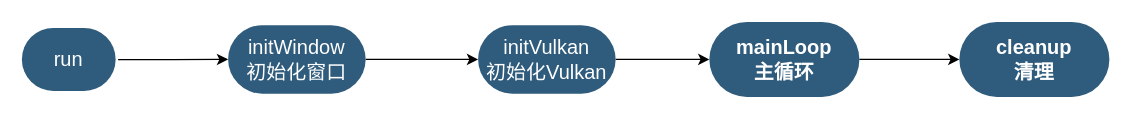
Earlier version of the draw.io diagram LearningVulkan/LearningVulkan/vulkan.drawio (unphics/vulkan_tutorial_note). Source tidied: cells renumbered, new cells numbered last; positions are measured from the earlier drawing's top-left corner, leaving out a move shared by most shapes. Both pictures are drawn from the tidied source at 125%, with x=0, y=0 at pixel (21, 21).
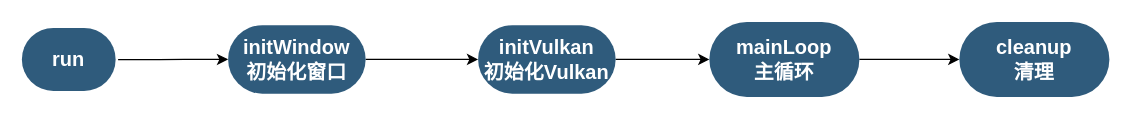
The same diagram, later.

Diff of the diagram source:
```diff
@@
 <mxGraphModel>
   <root>
     <mxCell id="0" />
     <mxCell id="1" parent="0" />
-    <mxCell id="2" style="edgeStyle=orthogonalEdgeStyle;rounded=0;jettySize=auto;html=1;" parent="1" edge="1" source="3" target="5">
+    <mxCell id="2" style="edgeStyle=orthogonalEdgeStyle;rounded=1;jettySize=auto;html=1;" parent="1" edge="1" source="3" target="5">
       <mxGeometry relative="1" as="geometry" />
     </mxCell>
-    <mxCell id="3" value="&lt;span style=&quot;font-weight: normal;&quot;&gt;run&lt;/span&gt;" style="rounded=1;whiteSpace=wrap;html=1;shadow=0;labelBackgroundColor=none;strokeColor=none;strokeWidth=3;fillColor=#2F5B7C;fontFamily=Helvetica;fontSize=16;fontColor=#FFFFFF;align=center;fontStyle=1;spacing=5;arcSize=50;perimeterSpacing=2;" parent="1" vertex="1">
+    <mxCell id="3" value="&lt;span style=&quot;&quot;&gt;run&lt;/span&gt;" style="rounded=1;whiteSpace=wrap;html=1;shadow=0;labelBackgroundColor=none;strokeColor=none;strokeWidth=3;fillColor=#2F5B7C;fontFamily=Helvetica;fontSize=16;fontColor=#FFFFFF;align=center;fontStyle=1;spacing=5;arcSize=50;perimeterSpacing=2;" parent="1" vertex="1">
       <mxGeometry y="4.8" width="75" height="50.5" as="geometry" />
     </mxCell>
-    <mxCell id="4" style="edgeStyle=orthogonalEdgeStyle;rounded=0;jettySize=auto;html=1;" parent="1" edge="1" source="5" target="7">
+    <mxCell id="4" style="edgeStyle=orthogonalEdgeStyle;rounded=1;jettySize=auto;html=1;" parent="1" edge="1" source="5" target="7">
       <mxGeometry relative="1" as="geometry" />
     </mxCell>
-    <mxCell id="5" value="&lt;span style=&quot;font-weight: normal;&quot;&gt;initWindow&lt;br&gt;初始化窗口&lt;br&gt;&lt;/span&gt;" style="whiteSpace=wrap;html=1;fontSize=16;fillColor=#2F5B7C;strokeColor=none;fontColor=#FFFFFF;rounded=1;shadow=0;labelBackgroundColor=none;strokeWidth=3;fontStyle=1;spacing=5;arcSize=50;" parent="1" vertex="1">
+    <mxCell id="5" value="&lt;span style=&quot;&quot;&gt;initWindow&lt;br&gt;初始化窗口&lt;br&gt;&lt;/span&gt;" style="whiteSpace=wrap;html=1;fontSize=16;fillColor=#2F5B7C;strokeColor=none;fontColor=#FFFFFF;rounded=1;shadow=0;labelBackgroundColor=none;strokeWidth=3;fontStyle=1;spacing=5;arcSize=50;" parent="1" vertex="1">
       <mxGeometry x="165" y="2.6" width="110" height="54.8" as="geometry" />
     </mxCell>
-    <mxCell id="6" style="edgeStyle=orthogonalEdgeStyle;rounded=0;jettySize=auto;html=1;" parent="1" edge="1" source="7" target="9">
+    <mxCell id="6" style="edgeStyle=orthogonalEdgeStyle;rounded=1;jettySize=auto;html=1;" parent="1" edge="1" source="7" target="9">
       <mxGeometry relative="1" as="geometry" />
     </mxCell>
-    <mxCell id="7" value="&lt;span style=&quot;font-weight: normal;&quot;&gt;initVulkan&lt;br&gt;初始化Vulkan&lt;/span&gt;" style="whiteSpace=wrap;html=1;fontSize=16;fillColor=#2F5B7C;strokeColor=none;fontColor=#FFFFFF;rounded=1;shadow=0;labelBackgroundColor=none;strokeWidth=3;fontStyle=1;spacing=5;arcSize=50;" parent="1" vertex="1">
+    <mxCell id="7" value="&lt;span style=&quot;&quot;&gt;initVulkan&lt;br&gt;初始化Vulkan&lt;/span&gt;" style="whiteSpace=wrap;html=1;fontSize=16;fillColor=#2F5B7C;strokeColor=none;fontColor=#FFFFFF;rounded=1;shadow=0;labelBackgroundColor=none;strokeWidth=3;fontStyle=1;spacing=5;arcSize=50;" parent="1" vertex="1">
       <mxGeometry x="365" y="2.6" width="110" height="54.8" as="geometry" />
     </mxCell>
-    <mxCell id="8" style="edgeStyle=orthogonalEdgeStyle;rounded=0;jettySize=auto;html=1;" parent="1" edge="1" source="9" target="10">
+    <mxCell id="8" style="edgeStyle=orthogonalEdgeStyle;rounded=1;jettySize=auto;html=1;" parent="1" edge="1" source="9" target="10">
       <mxGeometry relative="1" as="geometry" />
     </mxCell>
     <mxCell id="9" value="mainLoop&lt;br&gt;主循环" style="whiteSpace=wrap;html=1;fontSize=16;fillColor=#2F5B7C;strokeColor=none;fontColor=#FFFFFF;rounded=1;shadow=0;labelBackgroundColor=none;strokeWidth=3;fontStyle=1;spacing=5;arcSize=50;" parent="1" vertex="1">
       <mxGeometry x="550" width="120" height="60" as="geometry" />
     </mxCell>
     <mxCell id="10" value="cleanup&lt;br&gt;清理" style="whiteSpace=wrap;html=1;fontSize=16;fillColor=#2F5B7C;strokeColor=none;fontColor=#FFFFFF;rounded=1;shadow=0;labelBackgroundColor=none;strokeWidth=3;fontStyle=1;spacing=5;arcSize=50;" parent="1" vertex="1">
       <mxGeometry x="750" width="120" height="60" as="geometry" />
     </mxCell>
   </root>
 </mxGraphModel>
```
